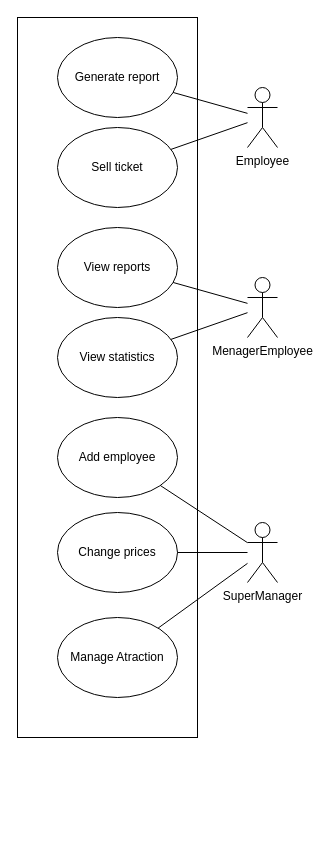
PawZawDev/AEII_2020_BD2_ZAWIERUCHA_AQUAPARK keeps this draw.io diagram as drawio/UseCase.drawio. Above is the earlier version. Source tidied: cells renumbered, new cells numbered last; positions are measured from the earlier drawing's top-left corner, leaving out a move shared by most shapes. Both pictures are drawn from the tidied source at 100%, with x=0, y=0 at pixel (17, 17).
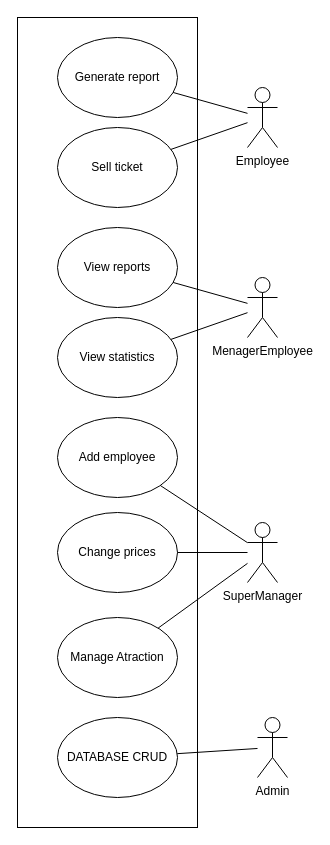
After the change.

The edit, as a diff of the source:
```diff
@@
     <mxCell id="2" style="rounded=0;whiteSpace=wrap;html=1;" parent="1" vertex="1">
-      <mxGeometry width="180" height="720" as="geometry" />
+      <mxGeometry width="180" height="810" as="geometry" />
     </mxCell>
@@
+    <mxCell id="20" value="Admin" style="shape=umlActor;verticalLabelPosition=bottom;labelBackgroundColor=#ffffff;verticalAlign=top;html=1;outlineConnect=0;" parent="1" vertex="1">
+      <mxGeometry x="240" y="700" width="30" height="60" as="geometry" />
+    </mxCell>
+    <mxCell id="21" value="DATABASE CRUD" style="ellipse;whiteSpace=wrap;html=1;" parent="1" vertex="1">
+      <mxGeometry x="40" y="700" width="120" height="80" as="geometry" />
+    </mxCell>
+    <mxCell id="22" style="endArrow=none;html=1;" parent="1" edge="1" source="21" target="20">
+      <mxGeometry relative="1" as="geometry" />
+    </mxCell>
```
